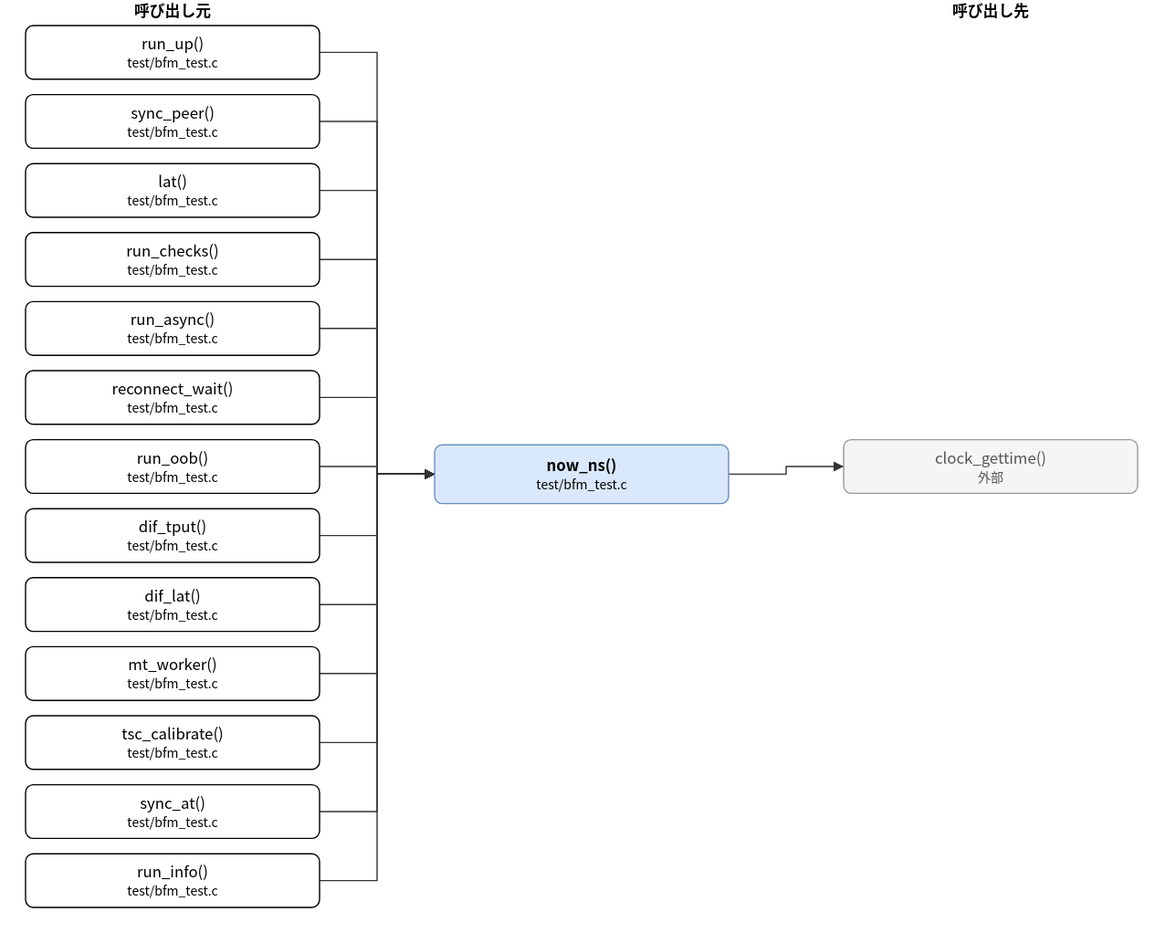
hf355051012-ai/bfmem keeps this draw.io diagram as doc/spec/images/call_test_bfm_test-now_ns.drawio.svg. Above is the earlier version. Source tidied: cells renumbered, new cells last; positions are measured from the earlier drawing's top-left corner, leaving out a move shared by most shapes.
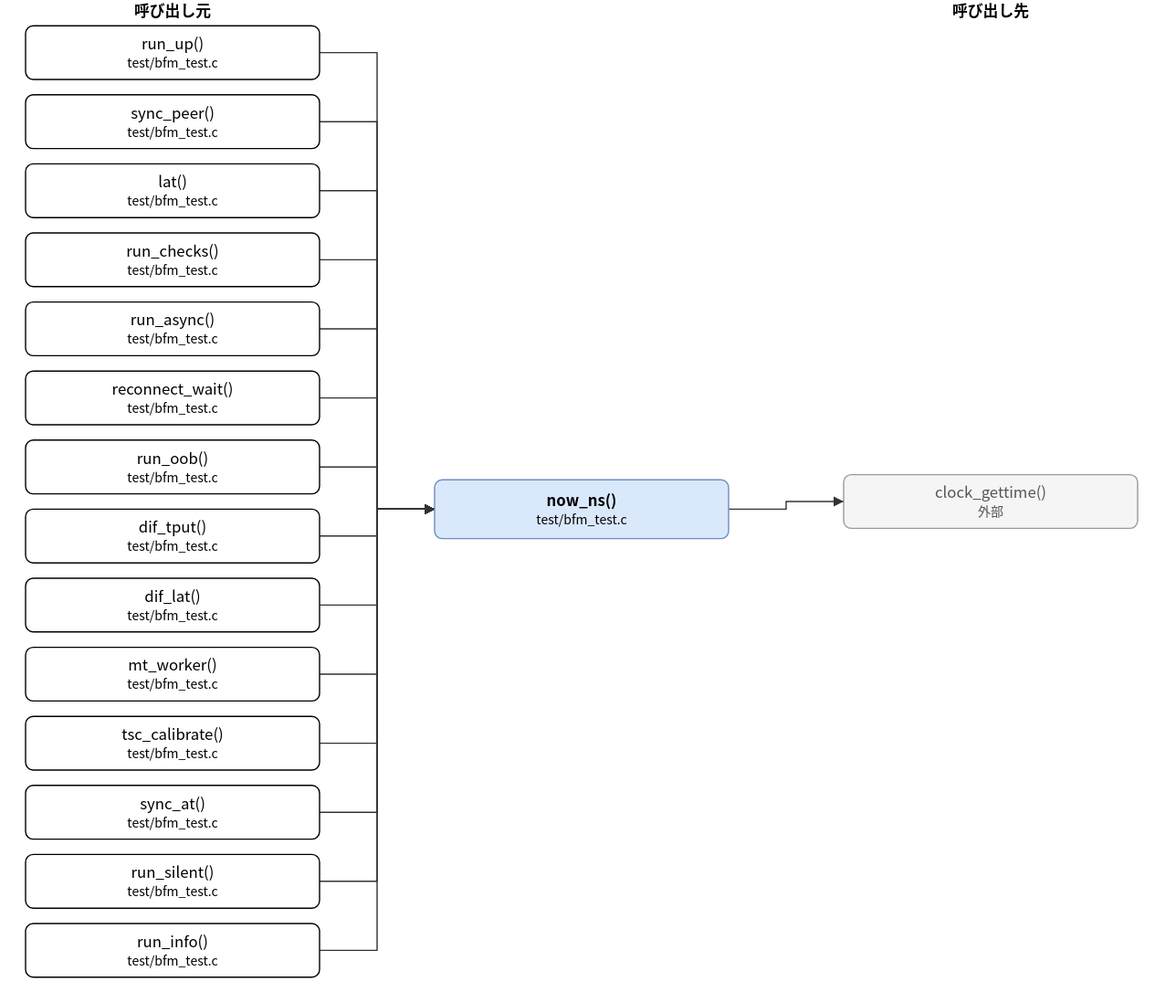
The same diagram one commit later.

The edit, as a diff of the source:
```diff
@@ -3,7 +3,7 @@
     <mxCell id="0" />
     <mxCell id="1" parent="0" />
     <mxCell id="2" value="now_ns()&lt;br&gt;&lt;font style=&quot;font-size:10px&quot;&gt;test/bfm_test.c&lt;/font&gt;" style="rounded=1;whiteSpace=wrap;html=1;fillColor=#dae8fc;strokeColor=#6c8ebf;fontStyle=1;" parent="1" vertex="1">
-      <mxGeometry x="320" y="348" width="230" height="46" as="geometry" />
+      <mxGeometry x="320" y="375" width="230" height="46" as="geometry" />
     </mxCell>
     <mxCell id="3" value="run_up()&lt;br&gt;&lt;font style=&quot;font-size:10px&quot;&gt;test/bfm_test.c&lt;/font&gt;" style="rounded=1;whiteSpace=wrap;html=1;" parent="1" vertex="1">
       <mxGeometry y="20" width="230" height="42" as="geometry" />
@@ -41,17 +41,20 @@
     <mxCell id="14" value="sync_at()&lt;br&gt;&lt;font style=&quot;font-size:10px&quot;&gt;test/bfm_test.c&lt;/font&gt;" style="rounded=1;whiteSpace=wrap;html=1;" parent="1" vertex="1">
       <mxGeometry y="614" width="230" height="42" as="geometry" />
     </mxCell>
-    <mxCell id="15" value="run_info()&lt;br&gt;&lt;font style=&quot;font-size:10px&quot;&gt;test/bfm_test.c&lt;/font&gt;" style="rounded=1;whiteSpace=wrap;html=1;" parent="1" vertex="1">
+    <mxCell id="15" value="run_silent()&lt;br&gt;&lt;font style=&quot;font-size:10px&quot;&gt;test/bfm_test.c&lt;/font&gt;" style="rounded=1;whiteSpace=wrap;html=1;" parent="1" vertex="1">
       <mxGeometry y="668" width="230" height="42" as="geometry" />
     </mxCell>
+    <mxCell id="33" value="run_info()&lt;br&gt;&lt;font style=&quot;font-size:10px&quot;&gt;test/bfm_test.c&lt;/font&gt;" style="rounded=1;whiteSpace=wrap;html=1;" parent="1" vertex="1">
+      <mxGeometry y="722" width="230" height="42" as="geometry" />
+    </mxCell>
     <mxCell id="16" value="clock_gettime()&lt;br&gt;&lt;font style=&quot;font-size:10px&quot;&gt;外部&lt;/font&gt;" style="rounded=1;whiteSpace=wrap;html=1;fillColor=#f5f5f5;strokeColor=#999999;fontColor=#555555;" parent="1" vertex="1">
-      <mxGeometry x="640" y="344" width="230" height="42" as="geometry" />
+      <mxGeometry x="640" y="371" width="230" height="42" as="geometry" />
     </mxCell>
     <mxCell id="17" style="edgeStyle=none;html=1;rounded=0;endArrow=block;endFill=1;exitX=1.0000;exitY=0.5000;exitDx=0;exitDy=0;exitPerimeter=0;entryX=0.0000;entryY=0.5000;entryDx=0;entryDy=0;entryPerimeter=0;" parent="1" edge="1" source="3" target="2">
       <mxGeometry relative="1" as="geometry">
         <Array as="points">
           <mxPoint x="275" y="41" />
-          <mxPoint x="275" y="371" />
+          <mxPoint x="275" y="398" />
         </Array>
       </mxGeometry>
     </mxCell>
@@ -59,7 +62,7 @@
       <mxGeometry relative="1" as="geometry">
         <Array as="points">
           <mxPoint x="275" y="95" />
-          <mxPoint x="275" y="371" />
+          <mxPoint x="275" y="398" />
         </Array>
       </mxGeometry>
     </mxCell>
@@ -67,7 +70,7 @@
       <mxGeometry relative="1" as="geometry">
         <Array as="points">
           <mxPoint x="275" y="149" />
-          <mxPoint x="275" y="371" />
+          <mxPoint x="275" y="398" />
         </Array>
       </mxGeometry>
     </mxCell>
@@ -75,7 +78,7 @@
       <mxGeometry relative="1" as="geometry">
         <Array as="points">
           <mxPoint x="275" y="203" />
-          <mxPoint x="275" y="371" />
+          <mxPoint x="275" y="398" />
         </Array>
       </mxGeometry>
     </mxCell>
@@ -83,7 +86,7 @@
       <mxGeometry relative="1" as="geometry">
         <Array as="points">
           <mxPoint x="275" y="257" />
-          <mxPoint x="275" y="371" />
+          <mxPoint x="275" y="398" />
         </Array>
       </mxGeometry>
     </mxCell>
@@ -91,7 +94,7 @@
       <mxGeometry relative="1" as="geometry">
         <Array as="points">
           <mxPoint x="275" y="311" />
-          <mxPoint x="275" y="371" />
+          <mxPoint x="275" y="398" />
         </Array>
       </mxGeometry>
     </mxCell>
@@ -99,7 +102,7 @@
       <mxGeometry relative="1" as="geometry">
         <Array as="points">
           <mxPoint x="275" y="365" />
-          <mxPoint x="275" y="371" />
+          <mxPoint x="275" y="398" />
         </Array>
       </mxGeometry>
     </mxCell>
@@ -107,7 +110,7 @@
       <mxGeometry relative="1" as="geometry">
         <Array as="points">
           <mxPoint x="275" y="419" />
-          <mxPoint x="275" y="371" />
+          <mxPoint x="275" y="398" />
         </Array>
       </mxGeometry>
     </mxCell>
@@ -115,7 +118,7 @@
       <mxGeometry relative="1" as="geometry">
         <Array as="points">
           <mxPoint x="275" y="473" />
-          <mxPoint x="275" y="371" />
+          <mxPoint x="275" y="398" />
         </Array>
       </mxGeometry>
     </mxCell>
@@ -123,7 +126,7 @@
       <mxGeometry relative="1" as="geometry">
         <Array as="points">
           <mxPoint x="275" y="527" />
-          <mxPoint x="275" y="371" />
+          <mxPoint x="275" y="398" />
         </Array>
       </mxGeometry>
     </mxCell>
@@ -131,7 +134,7 @@
       <mxGeometry relative="1" as="geometry">
         <Array as="points">
           <mxPoint x="275" y="581" />
-          <mxPoint x="275" y="371" />
+          <mxPoint x="275" y="398" />
         </Array>
       </mxGeometry>
     </mxCell>
@@ -139,7 +142,7 @@
       <mxGeometry relative="1" as="geometry">
         <Array as="points">
           <mxPoint x="275" y="635" />
-          <mxPoint x="275" y="371" />
+          <mxPoint x="275" y="398" />
         </Array>
       </mxGeometry>
     </mxCell>
@@ -147,18 +150,26 @@
       <mxGeometry relative="1" as="geometry">
         <Array as="points">
           <mxPoint x="275" y="689" />
-          <mxPoint x="275" y="371" />
+          <mxPoint x="275" y="398" />
         </Array>
       </mxGeometry>
     </mxCell>
-    <mxCell id="30" style="edgeStyle=none;html=1;rounded=0;endArrow=block;endFill=1;exitX=1.0000;exitY=0.5000;exitDx=0;exitDy=0;exitPerimeter=0;entryX=0.0000;entryY=0.5000;entryDx=0;entryDy=0;entryPerimeter=0;" parent="1" edge="1" source="2" target="16">
+    <mxCell id="30" style="edgeStyle=none;html=1;rounded=0;endArrow=block;endFill=1;exitX=1.0000;exitY=0.5000;exitDx=0;exitDy=0;exitPerimeter=0;entryX=0.0000;entryY=0.5000;entryDx=0;entryDy=0;entryPerimeter=0;" parent="1" edge="1" source="33" target="2">
       <mxGeometry relative="1" as="geometry">
         <Array as="points">
-          <mxPoint x="595" y="371" />
-          <mxPoint x="595" y="365" />
+          <mxPoint x="275" y="743" />
+          <mxPoint x="275" y="398" />
         </Array>
       </mxGeometry>
     </mxCell>
+    <mxCell id="34" style="edgeStyle=none;html=1;rounded=0;endArrow=block;endFill=1;exitX=1.0000;exitY=0.5000;exitDx=0;exitDy=0;exitPerimeter=0;entryX=0.0000;entryY=0.5000;entryDx=0;entryDy=0;entryPerimeter=0;" parent="1" edge="1" source="2" target="16">
+      <mxGeometry relative="1" as="geometry">
+        <Array as="points">
+          <mxPoint x="595" y="398" />
+          <mxPoint x="595" y="392" />
+        </Array>
+      </mxGeometry>
+    </mxCell>
     <mxCell id="31" value="呼び出し元" style="text;html=1;align=center;fontStyle=1;" parent="1" vertex="1">
       <mxGeometry x="35" width="160" height="18" as="geometry" />
     </mxCell>
```
